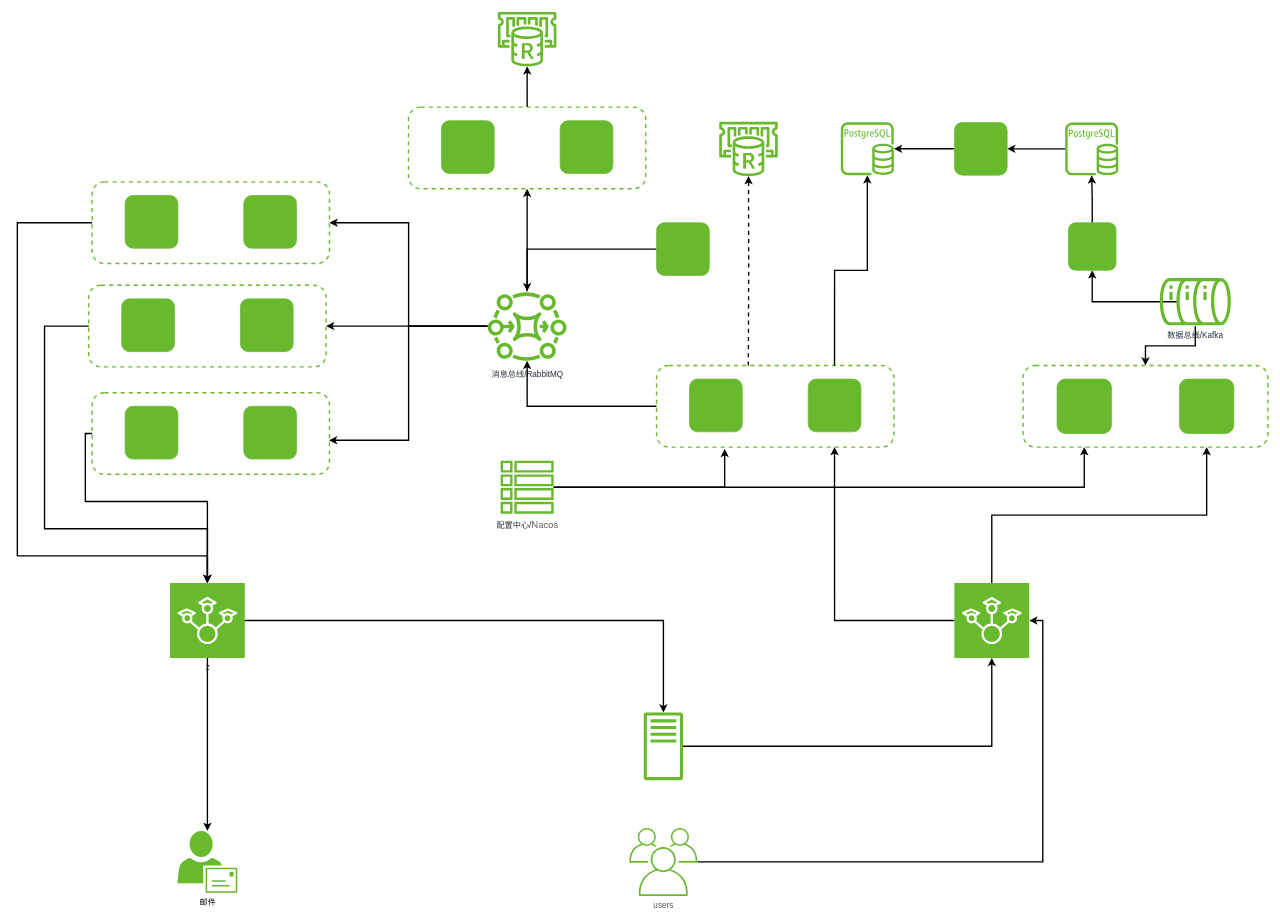
The draw.io diagram arch-2023.drawio in caihuayu0322/drawio-github, before the edit. Source tidied: cells renumbered, new cells numbered last; positions are measured from the earlier drawing's top-left corner, leaving out a move shared by most shapes. Both pictures are drawn from the tidied source at 68%, with x=0, y=0 at pixel (17, 12).
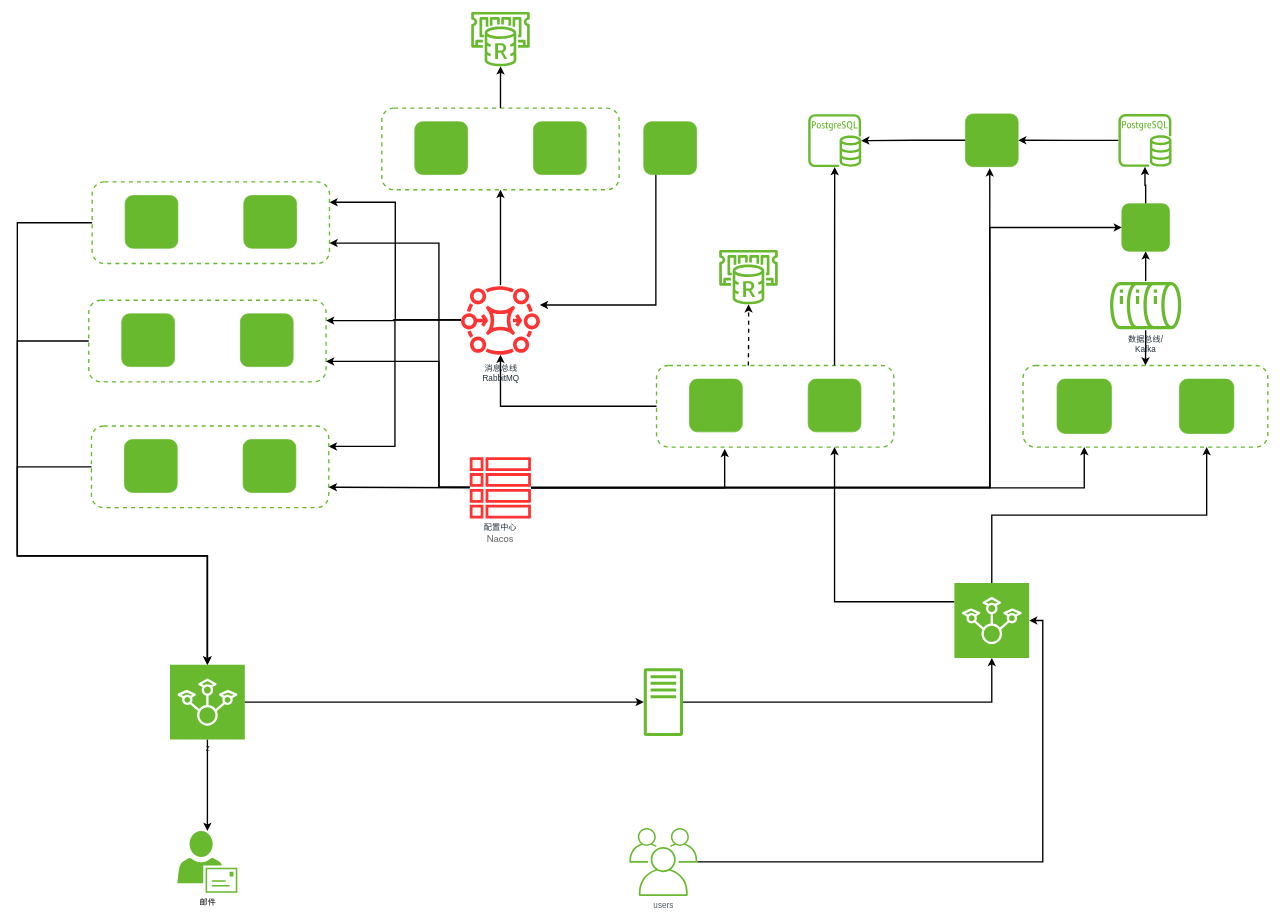
The same page after the edit.

Unchanged cells that the change refers to:
```xml
<mxCell id="11" style="sketch=0;points=[[0,0,0],[0.25,0,0],[0.5,0,0],[0.75,0,0],[1,0,0],[0,1,0],[0.25,1,0],[0.5,1,0],[0.75,1,0],[1,1,0],[0,0.25,0],[0,0.5,0],[0,0.75,0],[1,0.25,0],[1,0.5,0],[1,0.75,0]];outlineConnect=0;fontColor=#232F3E;gradientColor=none;gradientDirection=north;fillColor=#68B92E;strokeColor=#ffffff;dashed=0;verticalLabelPosition=bottom;verticalAlign=top;align=center;html=1;fontSize=12;fontStyle=0;shape=mxgraph.aws4.resourceIcon;resIcon=mxgraph.aws4.iot_sitewise;rounded=1;strokeWidth=2;direction=west;" parent="1" vertex="1">
  <mxGeometry x="1378" y="840" width="110" height="110" as="geometry" />
</mxCell>
<mxCell id="23" style="rounded=1;whiteSpace=wrap;html=1;strokeColor=#68B92E;fillColor=none;gradientColor=#68B92E;dashed=1;strokeWidth=2;" parent="22" vertex="1">
  <mxGeometry width="349" height="120" as="geometry" />
</mxCell>
<mxCell id="43" style="rounded=1;whiteSpace=wrap;html=1;strokeColor=#68B92E;fillColor=none;gradientColor=#68B92E;dashed=1;strokeWidth=2;" parent="42" vertex="1">
  <mxGeometry width="349" height="120" as="geometry" />
</mxCell>
<mxCell id="50" style="rounded=1;whiteSpace=wrap;html=1;strokeColor=#68B92E;fillColor=none;gradientColor=#68B92E;dashed=1;strokeWidth=2;" parent="49" vertex="1">
  <mxGeometry width="349" height="120" as="geometry" />
</mxCell>
<mxCell id="56" style="rounded=1;whiteSpace=wrap;html=1;strokeColor=#68B92E;fillColor=none;gradientColor=#68B92E;dashed=1;strokeWidth=2;" parent="55" vertex="1">
  <mxGeometry width="349" height="120" as="geometry" />
</mxCell>
```

Change to the diagram source:
```diff
@@
     <mxCell id="3" style="sketch=0;outlineConnect=0;fontColor=#232F3E;gradientColor=none;fillColor=#68B92E;strokeColor=none;dashed=0;verticalLabelPosition=bottom;verticalAlign=top;align=center;html=1;fontSize=12;fontStyle=0;shape=mxgraph.aws4.rds_postgresql_instance;" parent="1" vertex="1">
-      <mxGeometry x="1541" y="162.5" width="78" height="78" as="geometry" />
+      <mxGeometry x="1619.3" y="150" width="78" height="78" as="geometry" />
     </mxCell>
     <mxCell id="4" style="sketch=0;outlineConnect=0;fontColor=#232F3E;gradientColor=none;fillColor=#68B92E;strokeColor=none;dashed=0;verticalLabelPosition=bottom;verticalAlign=top;align=center;html=1;fontSize=12;fontStyle=0;shape=mxgraph.aws4.rds_postgresql_instance;" parent="1" vertex="1">
-      <mxGeometry x="1211" y="162.3" width="78" height="78" as="geometry" />
+      <mxGeometry x="1163" y="150.3" width="78" height="78" as="geometry" />
     </mxCell>
@@
     <mxCell id="9" style="sketch=0;outlineConnect=0;fontColor=#232F3E;gradientColor=none;fillColor=#68B92E;strokeColor=none;dashed=0;verticalLabelPosition=bottom;verticalAlign=top;align=center;html=1;fontSize=12;fontStyle=0;shape=mxgraph.aws4.traditional_server;" parent="1" vertex="1">
-      <mxGeometry x="921.2" y="1030" width="57.7" height="100" as="geometry" />
+      <mxGeometry x="921.2" y="965" width="57.7" height="100" as="geometry" />
     </mxCell>
-    <mxCell id="10" style="edgeStyle=orthogonalEdgeStyle;rounded=0;jettySize=auto;html=1;entryX=0.75;entryY=1;entryDx=0;entryDy=0;strokeColor=#000000;strokeWidth=2;" parent="1" edge="1" source="11" target="23">
+    <mxCell id="10" style="edgeStyle=orthogonalEdgeStyle;rounded=0;jettySize=auto;html=1;entryX=0.75;entryY=1;entryDx=0;entryDy=0;strokeColor=#000000;strokeWidth=2;exitX=1;exitY=0.75;exitDx=0;exitDy=0;exitPerimeter=0;" parent="1" edge="1" source="11" target="23">
       <mxGeometry relative="1" as="geometry" />
     </mxCell>
@@
-    <mxCell id="14" value="数据总线/Kafka" style="sketch=0;outlineConnect=0;fontColor=#232F3E;gradientColor=none;fillColor=#68B92E;strokeColor=none;dashed=0;verticalLabelPosition=bottom;verticalAlign=top;align=center;html=1;fontSize=12;fontStyle=0;shape=mxgraph.aws4.iot_analytics_data_store;rounded=1;strokeWidth=1;direction=south;shadow=0;perimeterSpacing=0;" parent="1" vertex="1">
-      <mxGeometry x="1680" y="390" width="104.6" height="72.4" as="geometry" />
+    <mxCell id="14" value="数据总线/&lt;br&gt;Kafka" style="sketch=0;outlineConnect=0;fontColor=#232F3E;gradientColor=none;fillColor=#68B92E;strokeColor=none;dashed=0;verticalLabelPosition=bottom;verticalAlign=top;align=center;html=1;fontSize=12;fontStyle=0;shape=mxgraph.aws4.iot_analytics_data_store;rounded=1;strokeWidth=1;direction=south;shadow=0;perimeterSpacing=0;" parent="1" vertex="1">
+      <mxGeometry x="1607" y="395.8" width="104.6" height="72.4" as="geometry" />
     </mxCell>
@@
     <mxCell id="16" style="whiteSpace=wrap;html=1;strokeColor=#68B92E;fillColor=#68B92E;gradientColor=#68B92E;rounded=1;" parent="1" vertex="1">
-      <mxGeometry x="1545.7" y="310" width="70" height="70" as="geometry" />
+      <mxGeometry x="1624.3" y="282" width="70" height="70" as="geometry" />
     </mxCell>
@@
-    <mxCell id="29" style="edgeStyle=orthogonalEdgeStyle;rounded=0;jettySize=auto;html=1;entryX=0.998;entryY=0.583;entryDx=0;entryDy=0;strokeColor=#000000;entryPerimeter=0;strokeWidth=2;" parent="1" edge="1" source="32" target="43">
+    <mxCell id="29" style="edgeStyle=orthogonalEdgeStyle;rounded=0;jettySize=auto;html=1;entryX=1;entryY=0.25;entryDx=0;entryDy=0;strokeColor=#000000;strokeWidth=2;" parent="1" edge="1" source="32" target="43">
       <mxGeometry relative="1" as="geometry" />
     </mxCell>
-    <mxCell id="30" style="edgeStyle=orthogonalEdgeStyle;rounded=0;jettySize=auto;html=1;entryX=1;entryY=0.5;entryDx=0;entryDy=0;strokeColor=#000000;strokeWidth=2;" parent="1" edge="1" source="32" target="50">
+    <mxCell id="30" style="edgeStyle=orthogonalEdgeStyle;rounded=0;jettySize=auto;html=1;entryX=1;entryY=0.25;entryDx=0;entryDy=0;strokeColor=#000000;strokeWidth=2;" parent="1" edge="1" source="32" target="50">
       <mxGeometry relative="1" as="geometry" />
     </mxCell>
-    <mxCell id="31" style="edgeStyle=orthogonalEdgeStyle;rounded=0;jettySize=auto;html=1;entryX=1;entryY=0.5;entryDx=0;entryDy=0;strokeColor=#000000;strokeWidth=2;" parent="1" edge="1" source="32" target="56">
+    <mxCell id="31" style="edgeStyle=orthogonalEdgeStyle;rounded=0;jettySize=auto;html=1;entryX=1;entryY=0.25;entryDx=0;entryDy=0;strokeColor=#000000;strokeWidth=2;" parent="1" edge="1" source="32" target="56">
       <mxGeometry relative="1" as="geometry" />
     </mxCell>
-    <mxCell id="32" value="消息总线/RabbitMQ" style="sketch=0;outlineConnect=0;fontColor=#232F3E;gradientColor=none;fillColor=#68B92E;strokeColor=none;dashed=0;verticalLabelPosition=bottom;verticalAlign=top;align=center;html=1;fontSize=12;fontStyle=0;shape=mxgraph.aws4.mq_broker;rounded=1;shadow=0;strokeWidth=1;" parent="1" vertex="1">
-      <mxGeometry x="691.7" y="404" width="116" height="116" as="geometry" />
+    <mxCell id="32" value="消息总线&lt;br&gt;RabbitMQ" style="sketch=0;outlineConnect=0;fontColor=#232F3E;gradientColor=none;fillColor=#FF3333;strokeColor=none;dashed=0;verticalLabelPosition=bottom;verticalAlign=top;align=center;html=1;fontSize=12;fontStyle=0;shape=mxgraph.aws4.mq_broker;rounded=1;shadow=0;strokeWidth=1;" parent="1" vertex="1">
+      <mxGeometry x="652.5" y="395" width="116" height="116" as="geometry" />
     </mxCell>
@@
     <mxCell id="34" style="group;" parent="1" vertex="1">
-      <mxGeometry x="575.2" y="140" width="349" height="120" as="geometry" />
+      <mxGeometry x="536" y="141.5" width="349" height="120" as="geometry" />
     </mxCell>
@@
     <mxCell id="38" style="edgeStyle=orthogonalEdgeStyle;rounded=0;jettySize=auto;html=1;strokeColor=#000000;strokeWidth=2;" parent="1" edge="1" source="39" target="32">
-      <mxGeometry relative="1" as="geometry" />
+      <mxGeometry relative="1" as="geometry">
+        <Array as="points">
+          <mxPoint x="939" y="431" />
+        </Array>
+      </mxGeometry>
     </mxCell>
     <mxCell id="39" style="whiteSpace=wrap;html=1;strokeColor=#68B92E;fillColor=#68B92E;gradientColor=#68B92E;rounded=1;" parent="1" vertex="1">
-      <mxGeometry x="940" y="310" width="77.6" height="77.6" as="geometry" />
+      <mxGeometry x="921.2" y="161.5" width="77.6" height="77.6" as="geometry" />
     </mxCell>
     <mxCell id="40" style="whiteSpace=wrap;html=1;strokeColor=#68B92E;fillColor=#68B92E;gradientColor=#68B92E;rounded=1;" parent="1" vertex="1">
-      <mxGeometry x="1378" y="162.5" width="77.6" height="77.6" as="geometry" />
+      <mxGeometry x="1394.2" y="150" width="77.6" height="77.6" as="geometry" />
     </mxCell>
@@
     <mxCell id="42" style="group;" parent="1" vertex="1">
-      <mxGeometry x="110" y="560" width="349" height="120" as="geometry" />
+      <mxGeometry x="109" y="609" width="349" height="120" as="geometry" />
     </mxCell>
@@
     <mxCell id="46" style="endArrow=classic;html=1;rounded=0;strokeColor=#000000;exitX=0;exitY=0.5;exitDx=0;exitDy=0;edgeStyle=orthogonalEdgeStyle;entryX=0.5;entryY=1;entryDx=0;entryDy=0;entryPerimeter=0;strokeWidth=2;" parent="1" edge="1" source="43" target="48">
       <mxGeometry relative="1" as="geometry">
         <Array as="points">
-          <mxPoint x="100" y="620" />
-          <mxPoint x="100" y="720" />
-          <mxPoint x="280" y="720" />
+          <mxPoint y="669" />
+          <mxPoint y="800" />
+          <mxPoint x="280" y="800" />
         </Array>
       </mxGeometry>
     </mxCell>
@@
     <mxCell id="48" value="z" style="sketch=0;points=[[0,0,0],[0.25,0,0],[0.5,0,0],[0.75,0,0],[1,0,0],[0,1,0],[0.25,1,0],[0.5,1,0],[0.75,1,0],[1,1,0],[0,0.25,0],[0,0.5,0],[0,0.75,0],[1,0.25,0],[1,0.5,0],[1,0.75,0]];outlineConnect=0;fontColor=#232F3E;gradientColor=none;gradientDirection=north;fillColor=#68B92E;strokeColor=#ffffff;dashed=0;verticalLabelPosition=bottom;verticalAlign=top;align=center;html=1;fontSize=12;fontStyle=0;shape=mxgraph.aws4.resourceIcon;resIcon=mxgraph.aws4.iot_sitewise;rounded=1;strokeWidth=2;direction=west;" parent="1" vertex="1">
-      <mxGeometry x="224.5" y="840" width="110" height="110" as="geometry" />
+      <mxGeometry x="224.5" y="960" width="110" height="110" as="geometry" />
     </mxCell>
     <mxCell id="49" style="group;" parent="1" vertex="1">
-      <mxGeometry x="105" y="402" width="349" height="120" as="geometry" />
+      <mxGeometry x="105" y="424" width="349" height="120" as="geometry" />
     </mxCell>
@@
     <mxCell id="53" style="edgeStyle=orthogonalEdgeStyle;rounded=0;jettySize=auto;html=1;entryX=0.5;entryY=1;entryDx=0;entryDy=0;entryPerimeter=0;strokeColor=#000000;strokeWidth=2;exitX=0;exitY=0.5;exitDx=0;exitDy=0;" parent="1" edge="1" source="50" target="48">
       <mxGeometry relative="1" as="geometry">
         <Array as="points">
-          <mxPoint x="40" y="462" />
-          <mxPoint x="40" y="760" />
-          <mxPoint x="280" y="760" />
+          <mxPoint y="484" />
+          <mxPoint y="800" />
+          <mxPoint x="280" y="800" />
         </Array>
       </mxGeometry>
     </mxCell>
@@
     <mxCell id="60" style="sketch=0;outlineConnect=0;fontColor=#232F3E;gradientColor=none;fillColor=#68B92E;strokeColor=none;dashed=0;verticalLabelPosition=bottom;verticalAlign=top;align=center;html=1;fontSize=12;fontStyle=0;shape=mxgraph.aws4.elasticache_for_redis;rounded=1;shadow=0;strokeWidth=1;" parent="1" vertex="1">
-      <mxGeometry x="1030" y="161.5" width="90.4" height="80" as="geometry" />
+      <mxGeometry x="1030" y="350" width="90.4" height="80" as="geometry" />
     </mxCell>
@@
+    <mxCell id="66" style="edgeStyle=orthogonalEdgeStyle;rounded=0;jettySize=auto;html=1;entryX=0;entryY=0.5;entryDx=0;entryDy=0;strokeColor=#000000;strokeWidth=2;" parent="1" edge="1" source="62" target="16">
+      <mxGeometry relative="1" as="geometry">
+        <Array as="points">
+          <mxPoint x="1430" y="699" />
+          <mxPoint x="1430" y="317" />
+        </Array>
+      </mxGeometry>
+    </mxCell>
+    <mxCell id="67" style="edgeStyle=orthogonalEdgeStyle;rounded=0;jettySize=auto;html=1;strokeColor=#000000;strokeWidth=2;" parent="1" edge="1" source="62">
+      <mxGeometry relative="1" as="geometry">
+        <mxPoint x="1430" y="230" as="targetPoint" />
+      </mxGeometry>
+    </mxCell>
+    <mxCell id="68" style="edgeStyle=orthogonalEdgeStyle;rounded=0;jettySize=auto;html=1;entryX=1;entryY=0.75;entryDx=0;entryDy=0;strokeColor=#000000;strokeWidth=2;" parent="1" edge="1" source="62" target="50">
+      <mxGeometry relative="1" as="geometry">
+        <Array as="points">
+          <mxPoint x="620" y="699" />
+          <mxPoint x="620" y="514" />
+        </Array>
+      </mxGeometry>
+    </mxCell>
+    <mxCell id="69" style="edgeStyle=orthogonalEdgeStyle;rounded=0;jettySize=auto;html=1;entryX=1;entryY=0.75;entryDx=0;entryDy=0;strokeColor=#000000;strokeWidth=2;" parent="1" edge="1" source="62" target="56">
+      <mxGeometry relative="1" as="geometry">
+        <Array as="points">
+          <mxPoint x="620" y="699" />
+          <mxPoint x="620" y="340" />
+        </Array>
+      </mxGeometry>
+    </mxCell>
-    <mxCell id="62" value="配置中心/&lt;span style=&quot;color: rgb(102, 102, 102); font-family: &amp;quot;Helvetica Neue&amp;quot;, STHeiti, &amp;quot;Microsoft YaHei&amp;quot;, Helvetica, Arial, sans-serif; font-size: 14px; text-align: start; background-color: rgb(255, 255, 255);&quot;&gt;Nacos&lt;/span&gt;" style="sketch=0;outlineConnect=0;fontColor=#232F3E;gradientColor=none;fillColor=#68B92E;strokeColor=none;dashed=0;verticalLabelPosition=bottom;verticalAlign=top;align=center;html=1;fontSize=12;fontStyle=0;shape=mxgraph.aws4.table;rounded=1;shadow=0;strokeWidth=1;" parent="1" vertex="1">
-      <mxGeometry x="710.7" y="660" width="78" height="78" as="geometry" />
+    <mxCell id="62" value="配置中心&lt;br&gt;&lt;span style=&quot;color: rgb(102, 102, 102); font-family: &amp;quot;Helvetica Neue&amp;quot;, STHeiti, &amp;quot;Microsoft YaHei&amp;quot;, Helvetica, Arial, sans-serif; font-size: 14px; text-align: start; background-color: rgb(255, 255, 255);&quot;&gt;Nacos&lt;/span&gt;" style="sketch=0;outlineConnect=0;fontColor=#232F3E;gradientColor=none;fillColor=#FF3333;strokeColor=none;dashed=0;verticalLabelPosition=bottom;verticalAlign=top;align=center;html=1;fontSize=12;fontStyle=0;shape=mxgraph.aws4.table;rounded=1;shadow=0;strokeWidth=1;" parent="1" vertex="1">
+      <mxGeometry x="665.3" y="655" width="90" height="90" as="geometry" />
     </mxCell>
     <mxCell id="63" style="sketch=0;outlineConnect=0;fontColor=#232F3E;gradientColor=none;fillColor=#68B92E;strokeColor=none;dashed=0;verticalLabelPosition=bottom;verticalAlign=top;align=center;html=1;fontSize=12;fontStyle=0;shape=mxgraph.aws4.elasticache_for_redis;rounded=1;shadow=0;strokeWidth=1;" parent="1" vertex="1">
-      <mxGeometry x="704.5" width="90.4" height="80" as="geometry" />
+      <mxGeometry x="665.3" width="90.4" height="80" as="geometry" />
     </mxCell>
@@
+    <mxCell id="70" style="endArrow=classic;html=1;rounded=0;strokeColor=#000000;strokeWidth=2;entryX=1;entryY=0.75;entryDx=0;entryDy=0;" parent="1" edge="1" source="62" target="43">
+      <mxGeometry relative="1" as="geometry" />
+    </mxCell>
```
